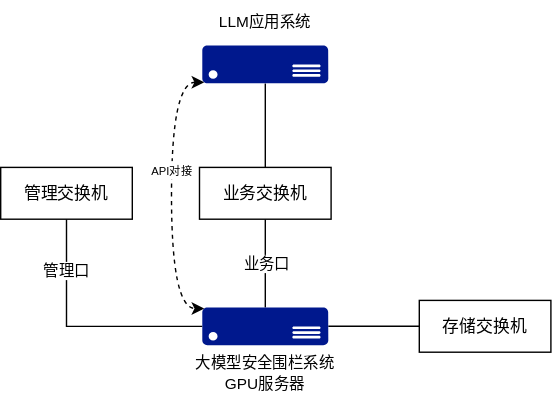
The draw.io diagram 大模型安全围栏部署架构.drawio.svg in skillre/diagrams_P, before a commit. Source tidied: cells renumbered, new cells last; positions are measured from the earlier drawing's top-left corner, leaving out a move shared by most shapes. The source it was exported from:
```xml
<mxGraphModel>
  <root>
    <mxCell id="0" />
    <mxCell id="1" parent="0" />
    <mxCell id="2" style="edgeStyle=orthogonalEdgeStyle;rounded=0;jettySize=auto;html=1;entryX=0.5;entryY=1;entryDx=0;entryDy=0;endArrow=none;endFill=0;" parent="1" edge="1" source="7" target="9">
      <mxGeometry relative="1" as="geometry" />
    </mxCell>
    <mxCell id="3" value="业务口" style="edgeLabel;html=1;align=center;verticalAlign=middle;" parent="2" vertex="1">
      <mxGeometry x="0.01" y="-1" relative="1" as="geometry" />
    </mxCell>
    <mxCell id="4" style="edgeStyle=orthogonalEdgeStyle;rounded=0;jettySize=auto;html=1;entryX=0.5;entryY=1;entryDx=0;entryDy=0;endArrow=none;endFill=0;" parent="1" edge="1" source="7" target="10">
      <mxGeometry relative="1" as="geometry" />
    </mxCell>
    <mxCell id="5" value="管理口" style="edgeLabel;html=1;align=center;verticalAlign=middle;" parent="4" vertex="1">
      <mxGeometry x="0.61" relative="1" as="geometry">
        <mxPoint y="3" as="offset" />
      </mxGeometry>
    </mxCell>
    <mxCell id="6" style="edgeStyle=orthogonalEdgeStyle;rounded=0;jettySize=auto;html=1;entryX=0;entryY=0.5;entryDx=0;entryDy=0;endArrow=none;endFill=0;" parent="1" edge="1" source="7" target="11">
      <mxGeometry relative="1" as="geometry" />
    </mxCell>
    <mxCell id="7" style="sketch=0;shadow=0;dashed=0;html=1;strokeColor=none;labelPosition=center;verticalLabelPosition=bottom;verticalAlign=top;align=center;fillColor=#00188D;shape=mxgraph.azure.server;" parent="1" vertex="1">
      <mxGeometry x="144" y="219" width="90" height="27" as="geometry" />
    </mxCell>
    <mxCell id="8" value="&lt;div&gt;&lt;span style=&quot;font-size: 11px;&quot;&gt;大模型安全围栏系统&lt;/span&gt;&lt;/div&gt;&lt;font style=&quot;font-size: 11px;&quot;&gt;GPU服务器&lt;/font&gt;" style="text;html=1;whiteSpace=wrap;strokeColor=none;fillColor=none;align=center;verticalAlign=middle;rounded=0;" parent="1" vertex="1">
      <mxGeometry x="138" y="251" width="102" height="30" as="geometry" />
    </mxCell>
    <mxCell id="9" value="业务交换机" style="whiteSpace=wrap;html=1;" parent="1" vertex="1">
      <mxGeometry x="142" y="119" width="94" height="37" as="geometry" />
    </mxCell>
    <mxCell id="10" value="管理交换机" style="whiteSpace=wrap;html=1;" parent="1" vertex="1">
      <mxGeometry y="119" width="94" height="37" as="geometry" />
    </mxCell>
    <mxCell id="11" value="存储交换机" style="whiteSpace=wrap;html=1;" parent="1" vertex="1">
      <mxGeometry x="299" y="214" width="94" height="37" as="geometry" />
    </mxCell>
    <mxCell id="12" style="edgeStyle=orthogonalEdgeStyle;rounded=0;jettySize=auto;html=1;entryX=0.5;entryY=0;entryDx=0;entryDy=0;endArrow=none;endFill=0;" parent="1" edge="1" source="13" target="9">
      <mxGeometry relative="1" as="geometry">
        <Array as="points">
          <mxPoint x="189" y="89" />
          <mxPoint x="189" y="89" />
        </Array>
      </mxGeometry>
    </mxCell>
    <mxCell id="13" style="sketch=0;shadow=0;dashed=0;html=1;strokeColor=none;labelPosition=center;verticalLabelPosition=bottom;verticalAlign=top;align=center;fillColor=#00188D;shape=mxgraph.azure.server;" parent="1" vertex="1">
      <mxGeometry x="144" y="32" width="90" height="27" as="geometry" />
    </mxCell>
    <mxCell id="14" value="&lt;span style=&quot;font-size: 11px;&quot;&gt;LLM应用系统&lt;/span&gt;" style="text;html=1;whiteSpace=wrap;strokeColor=none;fillColor=none;align=center;verticalAlign=middle;rounded=0;" parent="1" vertex="1">
      <mxGeometry x="138" width="102" height="30" as="geometry" />
    </mxCell>
    <mxCell id="15" style="edgeStyle=orthogonalEdgeStyle;rounded=0;jettySize=auto;html=1;entryX=0.015;entryY=0.03;entryDx=0;entryDy=0;entryPerimeter=0;exitX=0.015;exitY=0.97;exitDx=0;exitDy=0;exitPerimeter=0;curved=1;startArrow=classic;startFill=1;dashed=1;" parent="1" edge="1" source="13" target="7">
      <mxGeometry relative="1" as="geometry">
        <Array as="points">
          <mxPoint x="122" y="58" />
          <mxPoint x="122" y="220" />
        </Array>
      </mxGeometry>
    </mxCell>
    <mxCell id="16" value="&lt;font style=&quot;font-size: 8px;&quot;&gt;API对接&lt;/font&gt;" style="edgeLabel;html=1;align=center;verticalAlign=middle;" parent="15" vertex="1">
      <mxGeometry x="-0.18" relative="1" as="geometry" />
    </mxCell>
  </root>
</mxGraphModel>
```
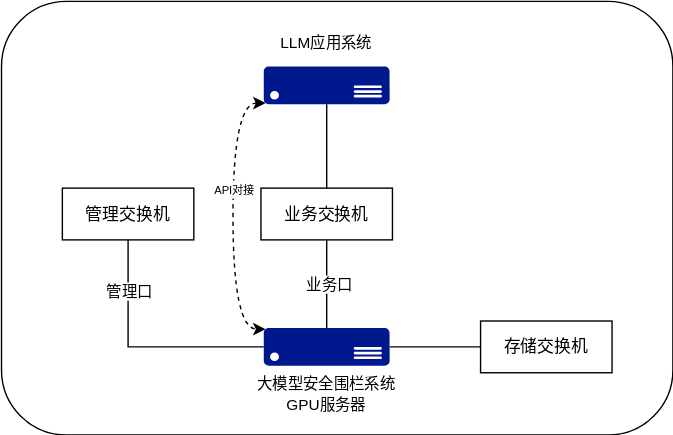
Later version of the same file.

Commit message:
更新大模型安全围栏部署架构.drawio.svg

The edit, as a diff of the source:
```diff
@@ -2,13 +2,19 @@
   <root>
     <mxCell id="0" />
     <mxCell id="1" parent="0" />
+    <mxCell id="17" style="rounded=1;whiteSpace=wrap;html=1;" parent="1" vertex="1">
+      <mxGeometry x="-43.5" y="-14.5" width="480" height="310" as="geometry" />
+    </mxCell>
+    <mxCell id="18" style="group;" parent="1" vertex="1">
+      <mxGeometry width="393" height="281" as="geometry" />
+    </mxCell>
-    <mxCell id="2" style="edgeStyle=orthogonalEdgeStyle;rounded=0;jettySize=auto;html=1;entryX=0.5;entryY=1;entryDx=0;entryDy=0;endArrow=none;endFill=0;" parent="1" edge="1" source="7" target="9">
+    <mxCell id="2" style="edgeStyle=orthogonalEdgeStyle;rounded=0;jettySize=auto;html=1;entryX=0.5;entryY=1;entryDx=0;entryDy=0;endArrow=none;endFill=0;" parent="18" edge="1" source="7" target="9">
       <mxGeometry relative="1" as="geometry" />
     </mxCell>
     <mxCell id="3" value="业务口" style="edgeLabel;html=1;align=center;verticalAlign=middle;" parent="2" vertex="1">
       <mxGeometry x="0.01" y="-1" relative="1" as="geometry" />
     </mxCell>
-    <mxCell id="4" style="edgeStyle=orthogonalEdgeStyle;rounded=0;jettySize=auto;html=1;entryX=0.5;entryY=1;entryDx=0;entryDy=0;endArrow=none;endFill=0;" parent="1" edge="1" source="7" target="10">
+    <mxCell id="4" style="edgeStyle=orthogonalEdgeStyle;rounded=0;jettySize=auto;html=1;entryX=0.5;entryY=1;entryDx=0;entryDy=0;endArrow=none;endFill=0;" parent="18" edge="1" source="7" target="10">
       <mxGeometry relative="1" as="geometry" />
     </mxCell>
     <mxCell id="5" value="管理口" style="edgeLabel;html=1;align=center;verticalAlign=middle;" parent="4" vertex="1">
@@ -16,25 +22,25 @@
         <mxPoint y="3" as="offset" />
       </mxGeometry>
     </mxCell>
-    <mxCell id="6" style="edgeStyle=orthogonalEdgeStyle;rounded=0;jettySize=auto;html=1;entryX=0;entryY=0.5;entryDx=0;entryDy=0;endArrow=none;endFill=0;" parent="1" edge="1" source="7" target="11">
+    <mxCell id="6" style="edgeStyle=orthogonalEdgeStyle;rounded=0;jettySize=auto;html=1;entryX=0;entryY=0.5;entryDx=0;entryDy=0;endArrow=none;endFill=0;" parent="18" edge="1" source="7" target="11">
       <mxGeometry relative="1" as="geometry" />
     </mxCell>
-    <mxCell id="7" style="sketch=0;shadow=0;dashed=0;html=1;strokeColor=none;labelPosition=center;verticalLabelPosition=bottom;verticalAlign=top;align=center;fillColor=#00188D;shape=mxgraph.azure.server;" parent="1" vertex="1">
+    <mxCell id="7" style="sketch=0;shadow=0;dashed=0;html=1;strokeColor=none;labelPosition=center;verticalLabelPosition=bottom;verticalAlign=top;align=center;fillColor=#00188D;shape=mxgraph.azure.server;" parent="18" vertex="1">
       <mxGeometry x="144" y="219" width="90" height="27" as="geometry" />
     </mxCell>
-    <mxCell id="8" value="&lt;div&gt;&lt;span style=&quot;font-size: 11px;&quot;&gt;大模型安全围栏系统&lt;/span&gt;&lt;/div&gt;&lt;font style=&quot;font-size: 11px;&quot;&gt;GPU服务器&lt;/font&gt;" style="text;html=1;whiteSpace=wrap;strokeColor=none;fillColor=none;align=center;verticalAlign=middle;rounded=0;" parent="1" vertex="1">
+    <mxCell id="8" value="&lt;div&gt;&lt;span style=&quot;font-size: 11px;&quot;&gt;大模型安全围栏系统&lt;/span&gt;&lt;/div&gt;&lt;font style=&quot;font-size: 11px;&quot;&gt;GPU服务器&lt;/font&gt;" style="text;html=1;whiteSpace=wrap;strokeColor=none;fillColor=none;align=center;verticalAlign=middle;rounded=0;" parent="18" vertex="1">
       <mxGeometry x="138" y="251" width="102" height="30" as="geometry" />
     </mxCell>
-    <mxCell id="9" value="业务交换机" style="whiteSpace=wrap;html=1;" parent="1" vertex="1">
+    <mxCell id="9" value="业务交换机" style="whiteSpace=wrap;html=1;" parent="18" vertex="1">
       <mxGeometry x="142" y="119" width="94" height="37" as="geometry" />
     </mxCell>
-    <mxCell id="10" value="管理交换机" style="whiteSpace=wrap;html=1;" parent="1" vertex="1">
+    <mxCell id="10" value="管理交换机" style="whiteSpace=wrap;html=1;" parent="18" vertex="1">
       <mxGeometry y="119" width="94" height="37" as="geometry" />
     </mxCell>
-    <mxCell id="11" value="存储交换机" style="whiteSpace=wrap;html=1;" parent="1" vertex="1">
+    <mxCell id="11" value="存储交换机" style="whiteSpace=wrap;html=1;" parent="18" vertex="1">
       <mxGeometry x="299" y="214" width="94" height="37" as="geometry" />
     </mxCell>
-    <mxCell id="12" style="edgeStyle=orthogonalEdgeStyle;rounded=0;jettySize=auto;html=1;entryX=0.5;entryY=0;entryDx=0;entryDy=0;endArrow=none;endFill=0;" parent="1" edge="1" source="13" target="9">
+    <mxCell id="12" style="edgeStyle=orthogonalEdgeStyle;rounded=0;jettySize=auto;html=1;entryX=0.5;entryY=0;entryDx=0;entryDy=0;endArrow=none;endFill=0;" parent="18" edge="1" source="13" target="9">
       <mxGeometry relative="1" as="geometry">
         <Array as="points">
           <mxPoint x="189" y="89" />
@@ -42,13 +48,13 @@
         </Array>
       </mxGeometry>
     </mxCell>
-    <mxCell id="13" style="sketch=0;shadow=0;dashed=0;html=1;strokeColor=none;labelPosition=center;verticalLabelPosition=bottom;verticalAlign=top;align=center;fillColor=#00188D;shape=mxgraph.azure.server;" parent="1" vertex="1">
+    <mxCell id="13" style="sketch=0;shadow=0;dashed=0;html=1;strokeColor=none;labelPosition=center;verticalLabelPosition=bottom;verticalAlign=top;align=center;fillColor=#00188D;shape=mxgraph.azure.server;" parent="18" vertex="1">
       <mxGeometry x="144" y="32" width="90" height="27" as="geometry" />
     </mxCell>
-    <mxCell id="14" value="&lt;span style=&quot;font-size: 11px;&quot;&gt;LLM应用系统&lt;/span&gt;" style="text;html=1;whiteSpace=wrap;strokeColor=none;fillColor=none;align=center;verticalAlign=middle;rounded=0;" parent="1" vertex="1">
+    <mxCell id="14" value="&lt;span style=&quot;font-size: 11px;&quot;&gt;LLM应用系统&lt;/span&gt;" style="text;html=1;whiteSpace=wrap;strokeColor=none;fillColor=none;align=center;verticalAlign=middle;rounded=0;" parent="18" vertex="1">
       <mxGeometry x="138" width="102" height="30" as="geometry" />
     </mxCell>
-    <mxCell id="15" style="edgeStyle=orthogonalEdgeStyle;rounded=0;jettySize=auto;html=1;entryX=0.015;entryY=0.03;entryDx=0;entryDy=0;entryPerimeter=0;exitX=0.015;exitY=0.97;exitDx=0;exitDy=0;exitPerimeter=0;curved=1;startArrow=classic;startFill=1;dashed=1;" parent="1" edge="1" source="13" target="7">
+    <mxCell id="15" style="edgeStyle=orthogonalEdgeStyle;rounded=0;jettySize=auto;html=1;entryX=0.015;entryY=0.03;entryDx=0;entryDy=0;entryPerimeter=0;exitX=0.015;exitY=0.97;exitDx=0;exitDy=0;exitPerimeter=0;curved=1;startArrow=classic;startFill=1;dashed=1;" parent="18" edge="1" source="13" target="7">
       <mxGeometry relative="1" as="geometry">
         <Array as="points">
           <mxPoint x="122" y="58" />
```
